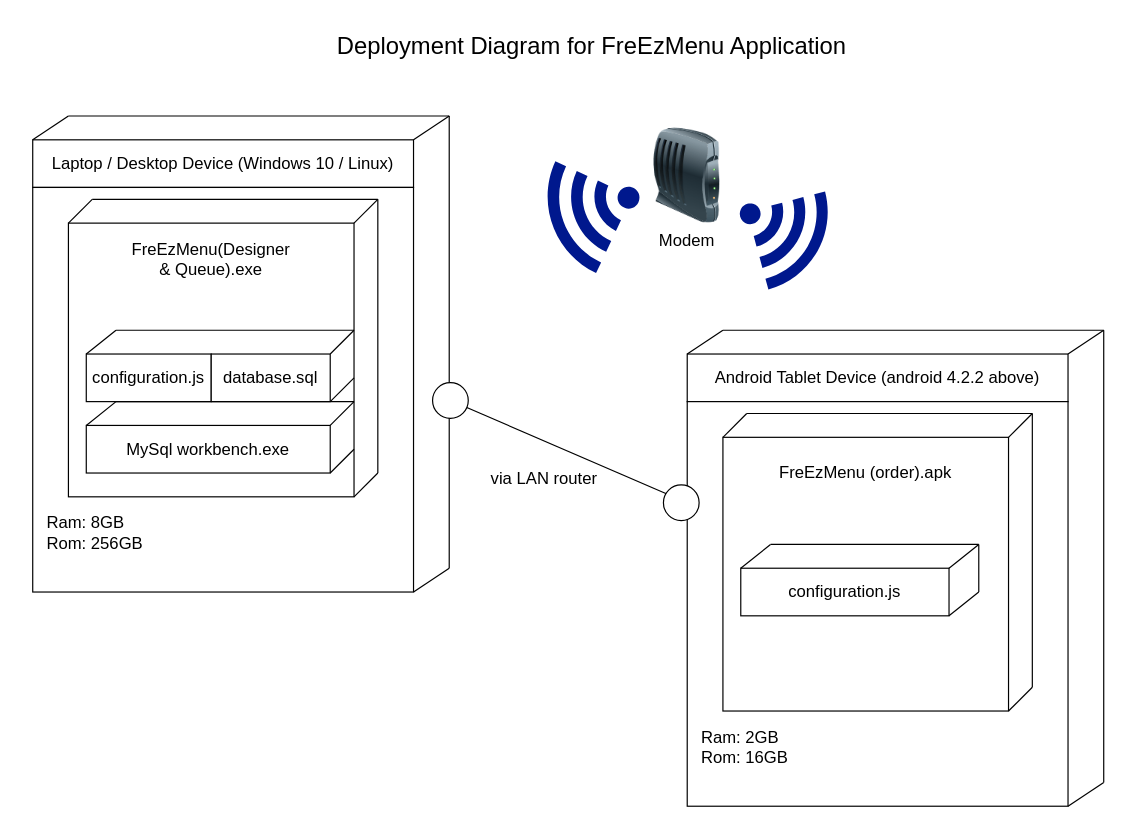
Above: DOCS/Diagrams/Deployment Diagram.drawio in alexxGmZ/MenuMaApp (draw.io), before the change. Source tidied: cells renumbered, new cells numbered last; positions are measured from the earlier drawing's top-left corner, leaving out a move shared by most shapes. Both pictures are drawn from the tidied source at 119%, with x=0, y=0 at pixel (32, 20).
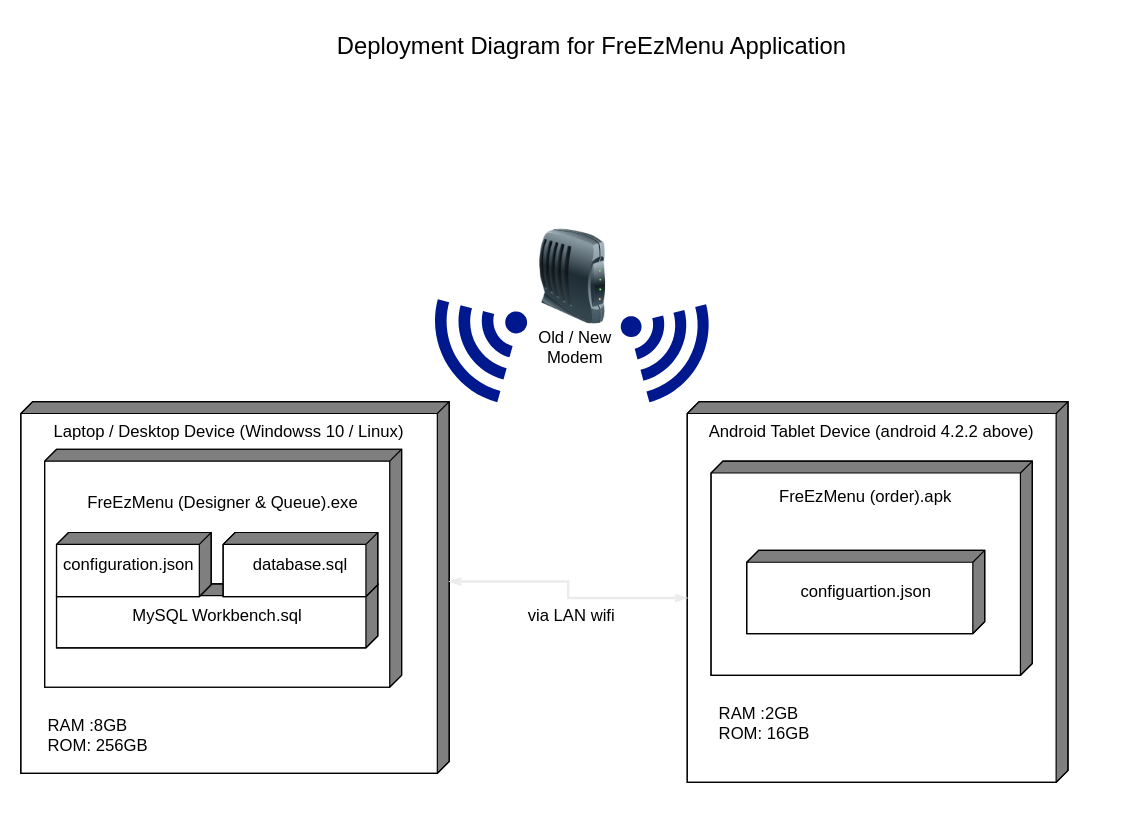
The same page after the edit.

Commit message (it also covers changes not shown here):
updated AGILE and Deployment

What changed in the source:
```diff
@@
-    <mxCell id="3" value="Laptop / Desktop Device (Windows 10 / Linux)" style="rounded=0;whiteSpace=wrap;html=1;fontSize=14;" parent="1" vertex="1">
-      <mxGeometry y="100" width="320" height="40" as="geometry" />
-    </mxCell>
-    <mxCell id="4" style="rounded=0;whiteSpace=wrap;html=1;fontSize=14;" parent="1" vertex="1">
-      <mxGeometry y="140" width="320" height="340" as="geometry" />
-    </mxCell>
-    <mxCell id="5" style="rounded=0;whiteSpace=wrap;html=1;fontSize=14;" parent="1" vertex="1">
-      <mxGeometry x="30" y="170" width="240" height="230" as="geometry" />
-    </mxCell>
-    <mxCell id="6" value="configuration.js" style="rounded=0;whiteSpace=wrap;html=1;fontSize=14;" parent="1" vertex="1">
-      <mxGeometry x="45" y="280" width="105" height="40" as="geometry" />
-    </mxCell>
-    <mxCell id="7" value="database.sql" style="rounded=0;whiteSpace=wrap;html=1;fontSize=14;" parent="1" vertex="1">
-      <mxGeometry x="150" y="280" width="100" height="40" as="geometry" />
-    </mxCell>
-    <mxCell id="8" value="MySql workbench.exe" style="rounded=0;whiteSpace=wrap;html=1;fontSize=14;" parent="1" vertex="1">
-      <mxGeometry x="45" y="340" width="205" height="40" as="geometry" />
-    </mxCell>
-    <mxCell id="9" value="Ram: 8GB&lt;br&gt;&lt;div style=&quot;&quot;&gt;&lt;span style=&quot;background-color: initial;&quot;&gt;Rom: 256GB&lt;/span&gt;&lt;/div&gt;" style="text;html=1;strokeColor=none;fillColor=none;align=left;verticalAlign=middle;whiteSpace=wrap;rounded=0;fontSize=14;" parent="1" vertex="1">
-      <mxGeometry x="10" y="380" width="250" height="100" as="geometry" />
-    </mxCell>
-    <mxCell id="10" value="FreEzMenu(Designer&lt;br&gt;&amp;amp; Queue).exe" style="text;html=1;strokeColor=none;fillColor=none;align=center;verticalAlign=middle;whiteSpace=wrap;rounded=0;fontSize=14;" parent="1" vertex="1">
-      <mxGeometry x="70" y="180" width="160" height="40" as="geometry" />
-    </mxCell>
-    <mxCell id="11" style="endArrow=none;html=1;fontSize=14;" parent="1" edge="1">
-      <mxGeometry relative="1" as="geometry">
-        <mxPoint x="45" y="280" as="sourcePoint" />
-        <mxPoint x="70" y="260" as="targetPoint" />
-      </mxGeometry>
-    </mxCell>
-    <mxCell id="12" style="endArrow=none;html=1;fontSize=14;" parent="1" edge="1">
-      <mxGeometry relative="1" as="geometry">
-        <mxPoint x="250" y="280" as="sourcePoint" />
-        <mxPoint x="270" y="260" as="targetPoint" />
-      </mxGeometry>
-    </mxCell>
-    <mxCell id="13" style="endArrow=none;html=1;fontSize=14;" parent="1" edge="1">
-      <mxGeometry relative="1" as="geometry">
-        <mxPoint x="250" y="320" as="sourcePoint" />
-        <mxPoint x="270" y="300" as="targetPoint" />
-      </mxGeometry>
-    </mxCell>
-    <mxCell id="14" style="endArrow=none;html=1;fontSize=14;" parent="1" edge="1">
-      <mxGeometry relative="1" as="geometry">
-        <mxPoint x="70" y="260" as="sourcePoint" />
-        <mxPoint x="270" y="260" as="targetPoint" />
-      </mxGeometry>
-    </mxCell>
-    <mxCell id="15" style="endArrow=none;html=1;fontSize=14;" parent="1" edge="1">
-      <mxGeometry relative="1" as="geometry">
-        <mxPoint x="45" y="340" as="sourcePoint" />
-        <mxPoint x="70" y="320" as="targetPoint" />
-      </mxGeometry>
-    </mxCell>
-    <mxCell id="16" style="endArrow=none;html=1;fontSize=14;" parent="1" edge="1">
-      <mxGeometry relative="1" as="geometry">
-        <mxPoint x="250" y="340" as="sourcePoint" />
-        <mxPoint x="270" y="320" as="targetPoint" />
-      </mxGeometry>
-    </mxCell>
-    <mxCell id="17" style="endArrow=none;html=1;fontSize=14;" parent="1" edge="1">
-      <mxGeometry relative="1" as="geometry">
-        <mxPoint x="250" y="380" as="sourcePoint" />
-        <mxPoint x="270" y="360" as="targetPoint" />
-      </mxGeometry>
-    </mxCell>
-    <mxCell id="18" style="endArrow=none;html=1;fontSize=14;" parent="1" edge="1">
-      <mxGeometry relative="1" as="geometry">
-        <mxPoint x="70" y="320" as="sourcePoint" />
-        <mxPoint x="270" y="320" as="targetPoint" />
-      </mxGeometry>
-    </mxCell>
-    <mxCell id="19" style="endArrow=none;html=1;fontSize=14;" parent="1" edge="1">
-      <mxGeometry relative="1" as="geometry">
-        <mxPoint x="30" y="170" as="sourcePoint" />
-        <mxPoint x="50" y="150" as="targetPoint" />
-      </mxGeometry>
-    </mxCell>
-    <mxCell id="20" style="endArrow=none;html=1;fontSize=14;" parent="1" edge="1">
-      <mxGeometry relative="1" as="geometry">
-        <mxPoint x="270" y="170" as="sourcePoint" />
-        <mxPoint x="290" y="150" as="targetPoint" />
-      </mxGeometry>
-    </mxCell>
-    <mxCell id="21" style="endArrow=none;html=1;fontSize=14;" parent="1" edge="1">
-      <mxGeometry relative="1" as="geometry">
-        <mxPoint x="50" y="150" as="sourcePoint" />
-        <mxPoint x="290" y="150" as="targetPoint" />
-      </mxGeometry>
-    </mxCell>
-    <mxCell id="22" style="endArrow=none;html=1;fontSize=14;" parent="1" edge="1">
-      <mxGeometry relative="1" as="geometry">
-        <mxPoint x="290" y="380" as="sourcePoint" />
-        <mxPoint x="290" y="150" as="targetPoint" />
-      </mxGeometry>
-    </mxCell>
-    <mxCell id="23" style="endArrow=none;html=1;fontSize=14;" parent="1" edge="1">
-      <mxGeometry relative="1" as="geometry">
-        <mxPoint x="270" y="400" as="sourcePoint" />
-        <mxPoint x="290" y="380" as="targetPoint" />
-      </mxGeometry>
-    </mxCell>
-    <mxCell id="24" style="endArrow=none;html=1;fontSize=14;exitX=1;exitY=0;exitDx=0;exitDy=0;" parent="1" edge="1" source="3">
-      <mxGeometry relative="1" as="geometry">
-        <mxPoint x="350" y="80" as="targetPoint" />
-      </mxGeometry>
-    </mxCell>
-    <mxCell id="25" style="endArrow=none;html=1;fontSize=14;exitX=1;exitY=0;exitDx=0;exitDy=0;" parent="1" edge="1">
-      <mxGeometry relative="1" as="geometry">
-        <mxPoint x="320" y="480" as="sourcePoint" />
-        <mxPoint x="350" y="460" as="targetPoint" />
-      </mxGeometry>
-    </mxCell>
-    <mxCell id="26" style="endArrow=none;html=1;fontSize=14;exitX=1;exitY=0;exitDx=0;exitDy=0;" parent="1" edge="1">
-      <mxGeometry relative="1" as="geometry">
-        <mxPoint y="100" as="sourcePoint" />
-        <mxPoint x="30" y="80" as="targetPoint" />
-      </mxGeometry>
-    </mxCell>
-    <mxCell id="27" style="endArrow=none;html=1;fontSize=14;" parent="1" edge="1">
-      <mxGeometry relative="1" as="geometry">
-        <mxPoint x="30" y="80" as="sourcePoint" />
-        <mxPoint x="350" y="80" as="targetPoint" />
-      </mxGeometry>
-    </mxCell>
-    <mxCell id="28" style="endArrow=none;html=1;fontSize=14;" parent="1" edge="1">
-      <mxGeometry relative="1" as="geometry">
-        <mxPoint x="350" y="460" as="sourcePoint" />
-        <mxPoint x="350" y="80" as="targetPoint" />
-      </mxGeometry>
-    </mxCell>
-    <mxCell id="29" value="Android Tablet Device (android 4.2.2 above)" style="rounded=0;whiteSpace=wrap;html=1;fontSize=14;" parent="1" vertex="1">
-      <mxGeometry x="550" y="280" width="320" height="40" as="geometry" />
-    </mxCell>
-    <mxCell id="30" style="rounded=0;whiteSpace=wrap;html=1;fontSize=14;" parent="1" vertex="1">
-      <mxGeometry x="550" y="320" width="320" height="340" as="geometry" />
-    </mxCell>
-    <mxCell id="31" style="rounded=0;whiteSpace=wrap;html=1;fontSize=14;" parent="1" vertex="1">
-      <mxGeometry x="580" y="350" width="240" height="230" as="geometry" />
-    </mxCell>
-    <mxCell id="32" value="configuration.js" style="rounded=0;whiteSpace=wrap;html=1;fontSize=14;" parent="1" vertex="1">
-      <mxGeometry x="595" y="460" width="175" height="40" as="geometry" />
-    </mxCell>
-    <mxCell id="33" value="Ram: 2GB&lt;br&gt;&lt;div style=&quot;&quot;&gt;&lt;span style=&quot;background-color: initial;&quot;&gt;Rom: 16GB&lt;/span&gt;&lt;/div&gt;" style="text;html=1;strokeColor=none;fillColor=none;align=left;verticalAlign=middle;whiteSpace=wrap;rounded=0;fontSize=14;" parent="1" vertex="1">
-      <mxGeometry x="560" y="560" width="250" height="100" as="geometry" />
-    </mxCell>
-    <mxCell id="34" value="FreEzMenu (order).apk" style="text;html=1;strokeColor=none;fillColor=none;align=center;verticalAlign=middle;whiteSpace=wrap;rounded=0;fontSize=14;" parent="1" vertex="1">
-      <mxGeometry x="620" y="360" width="160" height="40" as="geometry" />
-    </mxCell>
-    <mxCell id="35" style="endArrow=none;html=1;fontSize=14;" parent="1" edge="1">
-      <mxGeometry relative="1" as="geometry">
-        <mxPoint x="595" y="460" as="sourcePoint" />
-        <mxPoint x="620" y="440" as="targetPoint" />
-      </mxGeometry>
-    </mxCell>
-    <mxCell id="36" style="endArrow=none;html=1;fontSize=14;" parent="1" edge="1">
-      <mxGeometry relative="1" as="geometry">
-        <mxPoint x="580" y="350" as="sourcePoint" />
-        <mxPoint x="600" y="330" as="targetPoint" />
-      </mxGeometry>
-    </mxCell>
-    <mxCell id="37" style="endArrow=none;html=1;fontSize=14;" parent="1" edge="1">
-      <mxGeometry relative="1" as="geometry">
-        <mxPoint x="820" y="350" as="sourcePoint" />
-        <mxPoint x="840" y="330" as="targetPoint" />
-      </mxGeometry>
-    </mxCell>
-    <mxCell id="38" style="endArrow=none;html=1;fontSize=14;" parent="1" edge="1">
-      <mxGeometry relative="1" as="geometry">
-        <mxPoint x="600" y="330" as="sourcePoint" />
-        <mxPoint x="840" y="330" as="targetPoint" />
-      </mxGeometry>
-    </mxCell>
-    <mxCell id="39" style="endArrow=none;html=1;fontSize=14;" parent="1" edge="1">
-      <mxGeometry relative="1" as="geometry">
-        <mxPoint x="840" y="560" as="sourcePoint" />
-        <mxPoint x="840" y="330" as="targetPoint" />
-      </mxGeometry>
-    </mxCell>
-    <mxCell id="40" style="endArrow=none;html=1;fontSize=14;" parent="1" edge="1">
-      <mxGeometry relative="1" as="geometry">
-        <mxPoint x="820" y="580" as="sourcePoint" />
-        <mxPoint x="840" y="560" as="targetPoint" />
-      </mxGeometry>
-    </mxCell>
-    <mxCell id="41" style="endArrow=none;html=1;fontSize=14;exitX=1;exitY=0;exitDx=0;exitDy=0;" parent="1" edge="1" source="29">
-      <mxGeometry relative="1" as="geometry">
-        <mxPoint x="900" y="260" as="targetPoint" />
-      </mxGeometry>
-    </mxCell>
-    <mxCell id="42" style="endArrow=none;html=1;fontSize=14;exitX=1;exitY=0;exitDx=0;exitDy=0;" parent="1" edge="1">
-      <mxGeometry relative="1" as="geometry">
-        <mxPoint x="870" y="660" as="sourcePoint" />
-        <mxPoint x="900" y="640" as="targetPoint" />
-      </mxGeometry>
-    </mxCell>
-    <mxCell id="43" style="endArrow=none;html=1;fontSize=14;exitX=1;exitY=0;exitDx=0;exitDy=0;" parent="1" edge="1">
-      <mxGeometry relative="1" as="geometry">
-        <mxPoint x="550" y="280" as="sourcePoint" />
-        <mxPoint x="580" y="260" as="targetPoint" />
-      </mxGeometry>
-    </mxCell>
-    <mxCell id="44" style="endArrow=none;html=1;fontSize=14;" parent="1" edge="1">
-      <mxGeometry relative="1" as="geometry">
-        <mxPoint x="580" y="260" as="sourcePoint" />
-        <mxPoint x="900" y="260" as="targetPoint" />
-      </mxGeometry>
-    </mxCell>
-    <mxCell id="45" style="endArrow=none;html=1;fontSize=14;" parent="1" edge="1">
-      <mxGeometry relative="1" as="geometry">
-        <mxPoint x="900" y="640" as="sourcePoint" />
-        <mxPoint x="900" y="260" as="targetPoint" />
-      </mxGeometry>
-    </mxCell>
-    <mxCell id="46" value="via LAN router" style="text;html=1;strokeColor=none;fillColor=none;align=center;verticalAlign=middle;whiteSpace=wrap;rounded=0;strokeWidth=1;fontSize=14;" parent="1" vertex="1">
-      <mxGeometry x="350" y="370" width="160" height="30" as="geometry" />
-    </mxCell>
-    <mxCell id="47" style="endArrow=none;html=1;fontSize=14;" parent="1" edge="1">
-      <mxGeometry relative="1" as="geometry">
-        <mxPoint x="770" y="460" as="sourcePoint" />
-        <mxPoint x="795" y="440" as="targetPoint" />
-      </mxGeometry>
-    </mxCell>
-    <mxCell id="48" style="endArrow=none;html=1;fontSize=14;" parent="1" edge="1">
-      <mxGeometry relative="1" as="geometry">
-        <mxPoint x="795" y="440" as="sourcePoint" />
-        <mxPoint x="620" y="440" as="targetPoint" />
-      </mxGeometry>
-    </mxCell>
-    <mxCell id="49" style="endArrow=none;html=1;fontSize=14;" parent="1" edge="1">
-      <mxGeometry relative="1" as="geometry">
-        <mxPoint x="770" y="500" as="sourcePoint" />
-        <mxPoint x="795" y="480" as="targetPoint" />
-      </mxGeometry>
-    </mxCell>
-    <mxCell id="50" style="endArrow=none;html=1;fontSize=14;" parent="1" edge="1">
-      <mxGeometry relative="1" as="geometry">
-        <mxPoint x="795" y="480" as="sourcePoint" />
-        <mxPoint x="795" y="440" as="targetPoint" />
-      </mxGeometry>
-    </mxCell>
     <mxCell id="51" style="image;html=1;image=img/lib/clip_art/networking/Modem_128x128.png;strokeWidth=1;fontSize=14;" parent="1" vertex="1">
-      <mxGeometry x="510" y="90" width="80" height="80" as="geometry" />
+      <mxGeometry x="414" y="175" width="80" height="80" as="geometry" />
     </mxCell>
-    <mxCell id="52" value="Modem" style="text;html=1;strokeColor=none;fillColor=none;align=center;verticalAlign=middle;whiteSpace=wrap;rounded=0;strokeWidth=1;fontSize=14;" parent="1" vertex="1">
-      <mxGeometry x="520" y="170" width="60" height="30" as="geometry" />
+    <mxCell id="52" value="Old / New Modem" style="text;html=1;strokeColor=none;fillColor=none;align=center;verticalAlign=middle;whiteSpace=wrap;rounded=0;strokeWidth=1;fontSize=14;" parent="1" vertex="1">
+      <mxGeometry x="422" y="259" width="68" height="30" as="geometry" />
     </mxCell>
-    <mxCell id="53" style="endArrow=none;html=1;fontSize=14;entryX=0;entryY=0.25;entryDx=0;entryDy=0;startArrow=none;" parent="1" edge="1" source="55" target="30">
-      <mxGeometry relative="1" as="geometry" />
-    </mxCell>
-    <mxCell id="54" style="endArrow=none;html=1;fontSize=14;entryX=0;entryY=0.25;entryDx=0;entryDy=0;" parent="1" edge="1" target="55">
-      <mxGeometry relative="1" as="geometry">
-        <mxPoint x="350" y="320" as="sourcePoint" />
-      </mxGeometry>
-    </mxCell>
-    <mxCell id="55" style="ellipse;whiteSpace=wrap;html=1;strokeWidth=1;fontSize=14;" parent="1" vertex="1">
-      <mxGeometry x="336" y="304" width="30" height="30" as="geometry" />
-    </mxCell>
-    <mxCell id="56" style="ellipse;whiteSpace=wrap;html=1;strokeWidth=1;fontSize=14;" parent="1" vertex="1">
-      <mxGeometry x="530" y="390" width="30" height="30" as="geometry" />
-    </mxCell>
-    <mxCell id="57" style="sketch=0;shadow=0;dashed=0;html=1;strokeColor=none;labelPosition=center;verticalLabelPosition=bottom;verticalAlign=top;align=center;fillColor=#00188D;shape=mxgraph.mscae.enterprise.wireless_connection;strokeWidth=1;fontSize=14;rotation=-200;" parent="1" vertex="1">
-      <mxGeometry x="428" y="110" width="84" height="100" as="geometry" />
+    <mxCell id="57" style="sketch=0;shadow=0;dashed=0;html=1;strokeColor=none;labelPosition=center;verticalLabelPosition=bottom;verticalAlign=top;align=center;fillColor=#00188D;shape=mxgraph.mscae.enterprise.wireless_connection;strokeWidth=1;fontSize=14;rotation=-210;" parent="1" vertex="1">
+      <mxGeometry x="336" y="220" width="84" height="100" as="geometry" />
     </mxCell>
     <mxCell id="58" style="sketch=0;shadow=0;dashed=0;html=1;strokeColor=none;labelPosition=center;verticalLabelPosition=bottom;verticalAlign=top;align=center;fillColor=#00188D;shape=mxgraph.mscae.enterprise.wireless_connection;strokeWidth=1;fontSize=14;rotation=30;" parent="1" vertex="1">
-      <mxGeometry x="590" y="130" width="80" height="95.2" as="geometry" />
+      <mxGeometry x="490" y="224.8" width="80" height="95.2" as="geometry" />
     </mxCell>
+    <mxCell id="59" style="html=1;dashed=0;whitespace=wrap;shape=mxgraph.dfd.externalEntity;flipH=1;" parent="1" vertex="1">
+      <mxGeometry x="-10" y="320" width="360" height="312.4" as="geometry" />
+    </mxCell>
+    <mxCell id="60" value="&lt;font style=&quot;font-size: 14px;&quot;&gt;Laptop / Desktop Device (Windowss 10 / Linux)&lt;/font&gt;" style="text;html=1;strokeColor=none;fillColor=none;align=center;verticalAlign=middle;whiteSpace=wrap;rounded=0;" parent="1" vertex="1">
+      <mxGeometry x="-10" y="330" width="350" height="30" as="geometry" />
+    </mxCell>
+    <mxCell id="61" style="html=1;dashed=0;whitespace=wrap;shape=mxgraph.dfd.externalEntity;fontSize=14;flipH=1;" parent="1" vertex="1">
+      <mxGeometry x="10" y="360" width="300" height="200" as="geometry" />
+    </mxCell>
+    <mxCell id="62" value="&lt;div style=&quot;text-align: left;&quot;&gt;&lt;span style=&quot;background-color: initial;&quot;&gt;RAM :8GB&lt;/span&gt;&lt;/div&gt;&lt;div style=&quot;text-align: left;&quot;&gt;&lt;span style=&quot;background-color: initial;&quot;&gt;ROM: 256GB&lt;/span&gt;&lt;/div&gt;" style="text;html=1;strokeColor=none;fillColor=none;align=center;verticalAlign=middle;whiteSpace=wrap;rounded=0;fontSize=14;" parent="1" vertex="1">
+      <mxGeometry x="-10" y="570" width="130" height="60" as="geometry" />
+    </mxCell>
+    <mxCell id="63" value="&lt;span style=&quot;white-space: pre;&quot;&gt;&#9;&lt;/span&gt;&lt;span style=&quot;white-space: pre;&quot;&gt;&#9;&lt;/span&gt;MySQL Workbench.sql" style="html=1;dashed=0;whitespace=wrap;shape=mxgraph.dfd.externalEntity;fontSize=14;flipH=1;align=left;" parent="1" vertex="1">
+      <mxGeometry x="20" y="473.1" width="270" height="53.8" as="geometry" />
+    </mxCell>
+    <mxCell id="64" value="&amp;nbsp;configuration.json" style="html=1;dashed=0;whitespace=wrap;shape=mxgraph.dfd.externalEntity;fontSize=14;flipH=1;align=left;" parent="1" vertex="1">
+      <mxGeometry x="20" y="430" width="130" height="53.8" as="geometry" />
+    </mxCell>
+    <mxCell id="65" value="&lt;span style=&quot;font-size: 14px;&quot;&gt;FreEzMenu (Designer &amp;amp; Queue).exe&lt;/span&gt;" style="text;html=1;strokeColor=none;fillColor=none;align=center;verticalAlign=middle;whiteSpace=wrap;rounded=0;" parent="1" vertex="1">
+      <mxGeometry x="30" y="390" width="260" height="30" as="geometry" />
+    </mxCell>
+    <mxCell id="7" value="&amp;nbsp; &amp;nbsp; &amp;nbsp; database.sql" style="html=1;dashed=0;whitespace=wrap;shape=mxgraph.dfd.externalEntity;fontSize=14;flipH=1;align=left;" parent="1" vertex="1">
+      <mxGeometry x="160" y="430" width="130" height="53.8" as="geometry" />
+    </mxCell>
+    <mxCell id="66" style="html=1;dashed=0;whitespace=wrap;shape=mxgraph.dfd.externalEntity;fontSize=14;flipH=1;" parent="1" vertex="1">
+      <mxGeometry x="550" y="320" width="320" height="320" as="geometry" />
+    </mxCell>
+    <mxCell id="29" value="&lt;font style=&quot;font-size: 14px;&quot;&gt;Android Tablet Device (android 4.2.2 above)&lt;/font&gt;" style="text;html=1;strokeColor=none;fillColor=none;align=center;verticalAlign=middle;whiteSpace=wrap;rounded=0;" parent="1" vertex="1">
+      <mxGeometry x="550" y="330" width="310" height="30" as="geometry" />
+    </mxCell>
+    <mxCell id="67" style="html=1;dashed=0;whitespace=wrap;shape=mxgraph.dfd.externalEntity;fontSize=14;flipH=1;" parent="1" vertex="1">
+      <mxGeometry x="570" y="370" width="270" height="180" as="geometry" />
+    </mxCell>
+    <mxCell id="34" value="&lt;font style=&quot;font-size: 14px;&quot;&gt;FreEzMenu (order).apk&lt;/font&gt;" style="text;html=1;strokeColor=none;fillColor=none;align=center;verticalAlign=middle;whiteSpace=wrap;rounded=0;" parent="1" vertex="1">
+      <mxGeometry x="560" y="380" width="280" height="40" as="geometry" />
+    </mxCell>
+    <mxCell id="68" value="configuartion.json" style="html=1;dashed=0;whitespace=wrap;shape=mxgraph.dfd.externalEntity;fontSize=14;flipH=1;" parent="1" vertex="1">
+      <mxGeometry x="600" y="445" width="200" height="70" as="geometry" />
+    </mxCell>
+    <mxCell id="69" value="&lt;div style=&quot;text-align: left;&quot;&gt;&lt;span style=&quot;background-color: initial;&quot;&gt;RAM :2GB&lt;/span&gt;&lt;/div&gt;&lt;div style=&quot;text-align: left;&quot;&gt;&lt;span style=&quot;background-color: initial;&quot;&gt;ROM: 16GB&lt;/span&gt;&lt;/div&gt;" style="text;html=1;strokeColor=none;fillColor=none;align=center;verticalAlign=middle;whiteSpace=wrap;rounded=0;fontSize=14;" parent="1" vertex="1">
+      <mxGeometry x="550" y="560" width="130" height="60" as="geometry" />
+    </mxCell>
+    <mxCell id="70" style="edgeStyle=orthogonalEdgeStyle;html=1;endArrow=openThin;elbow=vertical;startArrow=openThin;startFill=0;endFill=0;strokeColor=#EBEBEB;rounded=0;fontSize=14;fillColor=#f5f5f5;strokeWidth=2;entryX=0;entryY=0;entryDx=320;entryDy=165;entryPerimeter=0;exitX=0;exitY=0;exitDx=0;exitDy=151.19;exitPerimeter=0;" parent="1" edge="1" source="59" target="66">
+      <mxGeometry relative="1" as="geometry" />
+    </mxCell>
+    <mxCell id="71" value="via LAN wifi" style="text;html=1;strokeColor=none;fillColor=none;align=center;verticalAlign=middle;whiteSpace=wrap;rounded=0;fontSize=14;" parent="1" vertex="1">
+      <mxGeometry x="408" y="485" width="90" height="30" as="geometry" />
+    </mxCell>
```
